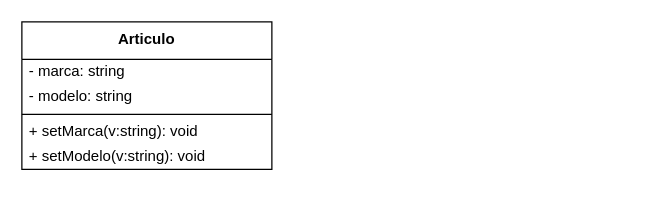
The draw.io diagram src/Guia01/EJ03/01EJ03.dio in gastonjavierricchiardi/ejercicios-csharp-utn-2026, before the edit. Source tidied: cells renumbered, new cells numbered last; positions are measured from the earlier drawing's top-left corner, leaving out a move shared by most shapes. Both pictures are drawn from the tidied source at 125%, with x=0, y=0 at pixel (21, 21).
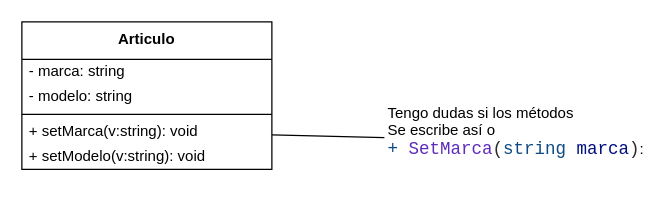
Above is the later version.

Diff of the diagram source:
```diff
@@
 <mxGraphModel background="#FFFFFF">
   <root>
     <mxCell id="0" />
     <mxCell id="1" parent="0" />
     <mxCell id="2" value="&lt;b&gt;Articulo&lt;/b&gt;" style="swimlane;fontStyle=0;align=center;verticalAlign=top;horizontal=1;startSize=30;html=1;whiteSpace=wrap;" parent="1" vertex="1">
       <mxGeometry width="200" height="118" as="geometry" />
     </mxCell>
     <mxCell id="3" value="- marca: string" style="text;html=1;strokeColor=none;fillColor=none;align=left;verticalAlign=middle;spacingLeft=4;spacingRight=4;overflow=hidden;whiteSpace=wrap;" parent="2" vertex="1">
       <mxGeometry y="30" width="200" height="20" as="geometry" />
     </mxCell>
     <mxCell id="4" value="- modelo: string" style="text;html=1;strokeColor=none;fillColor=none;align=left;verticalAlign=middle;spacingLeft=4;spacingRight=4;overflow=hidden;whiteSpace=wrap;" parent="2" vertex="1">
       <mxGeometry y="50" width="200" height="20" as="geometry" />
     </mxCell>
     <mxCell id="5" style="line;strokeWidth=1;fillColor=none;align=left;verticalAlign=middle;spacingTop=-1;spacingLeft=3;spacingRight=3;labelPosition=right;" parent="2" vertex="1">
       <mxGeometry y="70" width="200" height="8" as="geometry" />
     </mxCell>
     <mxCell id="6" value="+ setMarca(v:string): void" style="text;html=1;strokeColor=none;fillColor=none;align=left;verticalAlign=middle;spacingLeft=4;spacingRight=4;overflow=hidden;points=[[0,0.5],[1,0.5]];portConstraint=eastwest;whiteSpace=wrap;" parent="2" vertex="1">
       <mxGeometry y="78" width="200" height="20" as="geometry" />
     </mxCell>
     <mxCell id="7" value="+ setModelo(v:string): void" style="text;html=1;strokeColor=none;fillColor=none;align=left;verticalAlign=middle;spacingLeft=4;spacingRight=4;overflow=hidden;whiteSpace=wrap;" parent="2" vertex="1">
       <mxGeometry y="98" width="200" height="20" as="geometry" />
     </mxCell>
+    <mxCell id="8" style="edgeStyle=none;html=1;endArrow=none;endFill=0;" parent="1" edge="1" source="9" target="6">
+      <mxGeometry relative="1" as="geometry" />
+    </mxCell>
+    <mxCell id="9" value="&lt;div style=&quot;text-align: left;&quot;&gt;&lt;span style=&quot;background-color: transparent;&quot;&gt;Tengo dudas si los métodos&lt;/span&gt;&lt;/div&gt;&lt;div style=&quot;text-align: left;&quot;&gt;Se escribe así o&lt;/div&gt;&lt;div style=&quot;text-align: left;&quot;&gt;&lt;span style=&quot;font-family: Consolas, &amp;quot;Courier New&amp;quot;, monospace; font-size: 14px; white-space: pre; color: rgb(94, 44, 188);&quot;&gt;&lt;font color=&quot;#0f4a85&quot;&gt;+ &lt;/font&gt;&lt;/span&gt;&lt;span style=&quot;font-family: Consolas, &amp;quot;Courier New&amp;quot;, monospace; font-size: 14px; white-space: pre; color: rgb(94, 44, 188);&quot;&gt;SetMarca&lt;/span&gt;&lt;span style=&quot;color: rgb(41, 41, 41); font-family: Consolas, &amp;quot;Courier New&amp;quot;, monospace; font-size: 14px; white-space: pre;&quot;&gt;(&lt;/span&gt;&lt;span style=&quot;font-family: Consolas, &amp;quot;Courier New&amp;quot;, monospace; font-size: 14px; white-space: pre; color: rgb(15, 74, 133);&quot;&gt;string&lt;/span&gt;&lt;span style=&quot;color: rgb(41, 41, 41); font-family: Consolas, &amp;quot;Courier New&amp;quot;, monospace; font-size: 14px; white-space: pre;&quot;&gt; &lt;/span&gt;&lt;span style=&quot;font-family: Consolas, &amp;quot;Courier New&amp;quot;, monospace; font-size: 14px; white-space: pre; color: rgb(0, 16, 128);&quot;&gt;marca&lt;/span&gt;&lt;span style=&quot;color: rgb(41, 41, 41); font-family: Consolas, &amp;quot;Courier New&amp;quot;, monospace; font-size: 14px; white-space: pre;&quot;&gt;)&lt;/span&gt;:&lt;/div&gt;&lt;div&gt;&lt;br&gt;&lt;/div&gt;" style="text;html=1;align=center;verticalAlign=middle;points=[];strokeColor=none;fillColor=none;" parent="1" vertex="1">
+      <mxGeometry x="290" y="60" width="210" height="70" as="geometry" />
+    </mxCell>
   </root>
 </mxGraphModel>
```
